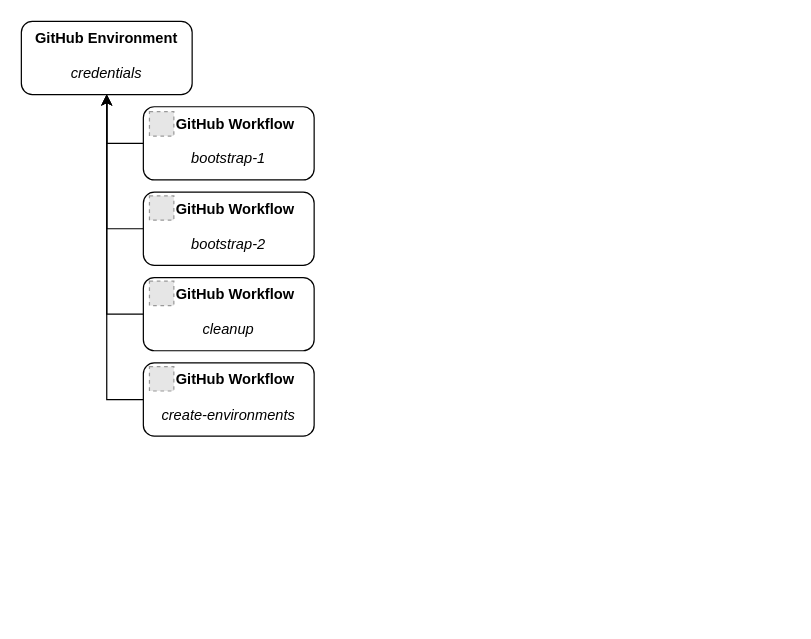
The draw.io diagram drawio/github-flow.drawio in ParisaMousavi/wordpress, before the edit. Source tidied: cells renumbered, new cells numbered last; positions are measured from the earlier drawing's top-left corner, leaving out a move shared by most shapes. Both pictures are drawn from the tidied source at 122%, with x=0, y=0 at pixel (21, 21). Pictures stored in the file or linked from it are replaced by grey dashed boxes.
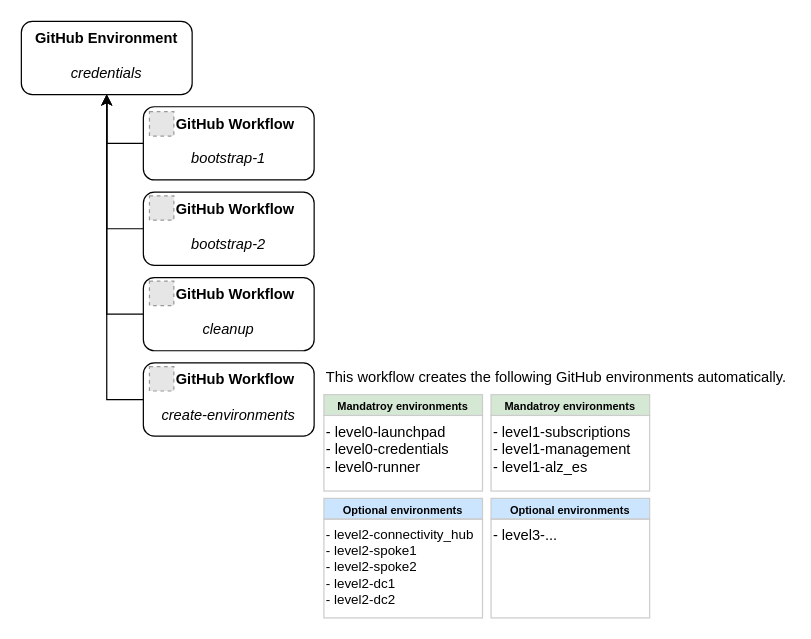
Above is the later version.

What changed in the source:
```diff
@@
+    <mxCell id="15" value="This workflow creates the following GitHub environments automatically." style="text;html=1;align=left;verticalAlign=top;whiteSpace=wrap;rounded=0;" parent="1" vertex="1">
+      <mxGeometry x="248" y="278" width="382" height="30" as="geometry" />
+    </mxCell>
+    <mxCell id="16" value="- level0-launchpad&lt;div&gt;- level0-credentials&lt;/div&gt;&lt;div&gt;- level0-runner&lt;/div&gt;" style="text;html=1;align=left;verticalAlign=top;whiteSpace=wrap;rounded=0;strokeColor=#CCCCCC;" parent="1" vertex="1">
+      <mxGeometry x="248" y="323" width="130" height="62" as="geometry" />
+    </mxCell>
+    <mxCell id="17" value="- level1-subscriptions&lt;div&gt;- level1-management&lt;/div&gt;&lt;div&gt;- level1-alz_es&lt;/div&gt;" style="text;html=1;align=left;verticalAlign=top;whiteSpace=wrap;rounded=0;strokeColor=#CCCCCC;" parent="1" vertex="1">
+      <mxGeometry x="385" y="323" width="130" height="62" as="geometry" />
+    </mxCell>
+    <mxCell id="18" value="&lt;font style=&quot;&quot; size=&quot;1&quot;&gt;&lt;b style=&quot;font-size: 9px;&quot;&gt;Mandatroy environments&lt;/b&gt;&lt;/font&gt;" style="text;html=1;align=center;verticalAlign=middle;whiteSpace=wrap;rounded=0;fillColor=#d5e8d4;strokeColor=#CCCCCC;" parent="1" vertex="1">
+      <mxGeometry x="248" y="306" width="130" height="17" as="geometry" />
+    </mxCell>
+    <mxCell id="19" value="&lt;font style=&quot;&quot; size=&quot;1&quot;&gt;&lt;b style=&quot;font-size: 9px;&quot;&gt;Mandatroy environments&lt;/b&gt;&lt;/font&gt;" style="text;html=1;align=center;verticalAlign=middle;whiteSpace=wrap;rounded=0;fillColor=#d5e8d4;strokeColor=#CCCCCC;" parent="1" vertex="1">
+      <mxGeometry x="385" y="306" width="130" height="17" as="geometry" />
+    </mxCell>
+    <mxCell id="20" value="&lt;font style=&quot;&quot; size=&quot;1&quot;&gt;&lt;b style=&quot;font-size: 9px;&quot;&gt;Optional environments&lt;/b&gt;&lt;/font&gt;" style="text;html=1;align=center;verticalAlign=middle;whiteSpace=wrap;rounded=0;fillColor=#CCE5FF;strokeColor=#CCCCCC;" parent="1" vertex="1">
+      <mxGeometry x="248" y="391" width="130" height="17" as="geometry" />
+    </mxCell>
+    <mxCell id="21" value="&lt;font style=&quot;&quot; size=&quot;1&quot;&gt;&lt;b style=&quot;font-size: 9px;&quot;&gt;Optional environments&lt;/b&gt;&lt;/font&gt;" style="text;html=1;align=center;verticalAlign=middle;whiteSpace=wrap;rounded=0;fillColor=#CCE5FF;strokeColor=#CCCCCC;" parent="1" vertex="1">
+      <mxGeometry x="385" y="391" width="130" height="17" as="geometry" />
+    </mxCell>
+    <mxCell id="22" value="- level3-..." style="text;html=1;align=left;verticalAlign=top;whiteSpace=wrap;rounded=0;strokeColor=#CCCCCC;" parent="1" vertex="1">
+      <mxGeometry x="385" y="408" width="130" height="81" as="geometry" />
+    </mxCell>
+    <mxCell id="23" value="- level2-connectivity_hub&lt;div style=&quot;font-size: 11px;&quot;&gt;- level2-spoke1&lt;/div&gt;&lt;div style=&quot;font-size: 11px;&quot;&gt;- level2-spoke2&lt;/div&gt;&lt;div style=&quot;font-size: 11px;&quot;&gt;-&amp;nbsp;level2-dc1&lt;/div&gt;&lt;div style=&quot;font-size: 11px;&quot;&gt;-&amp;nbsp;level2-dc2&lt;/div&gt;" style="text;html=1;align=left;verticalAlign=top;whiteSpace=wrap;rounded=0;strokeColor=#CCCCCC;fontSize=11;" parent="1" vertex="1">
+      <mxGeometry x="248" y="408" width="130" height="81" as="geometry" />
+    </mxCell>
```
